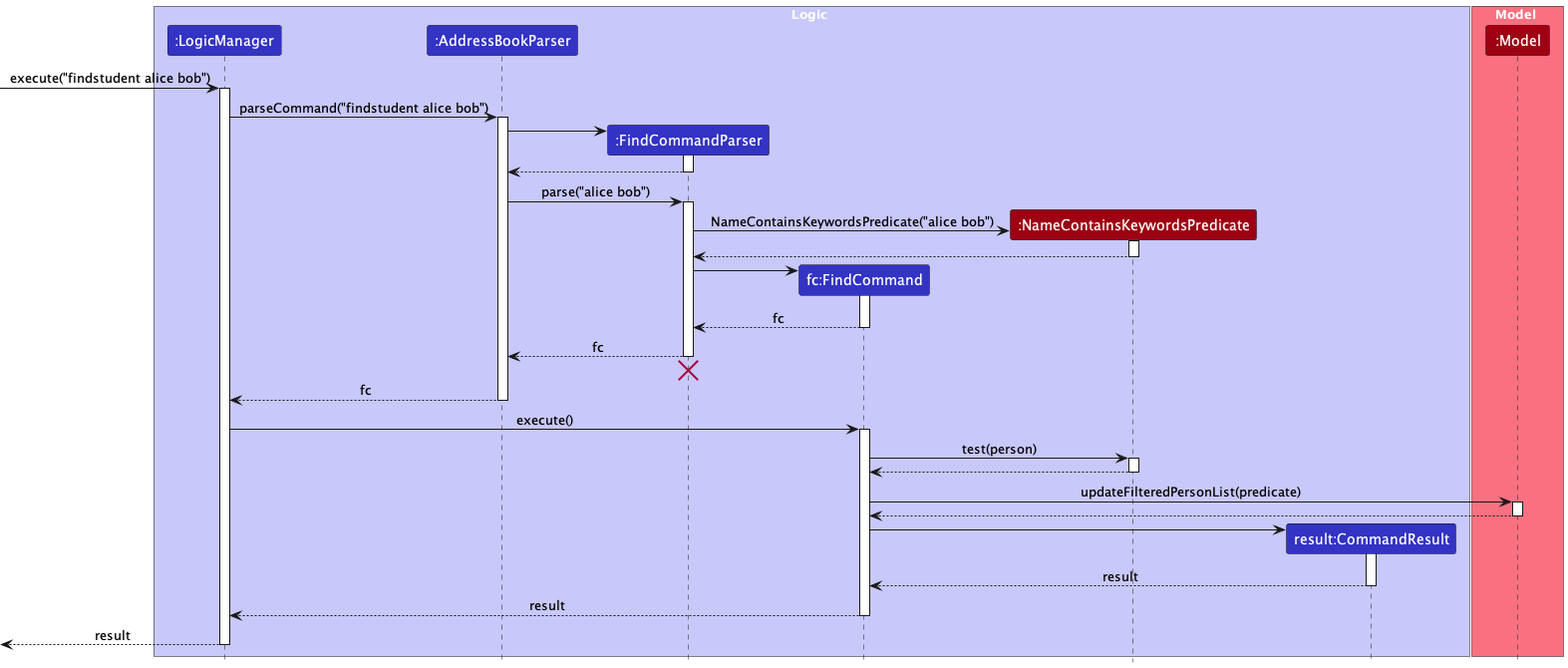
Before: docs/images/FindStudentSequenceDiagram.png, a diagram exported from PlantUML (tanteckfang/tp).
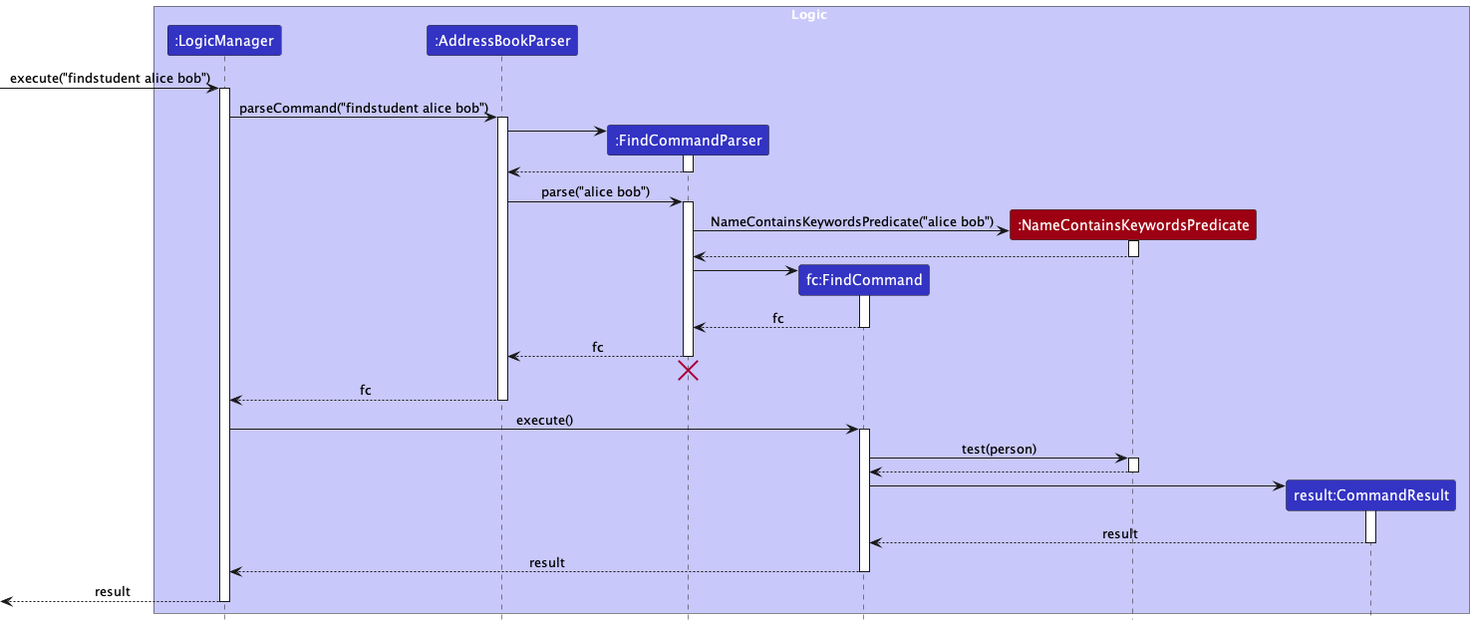
After the change.

Commit message:
edited findcourse and findstudent sequence diagram

The edit, as a diff of the source:
```diff
@@ -11,9 +11,6 @@
 participant "result:CommandResult" as CommandResult LOGIC_COLOR
 end box
 
-box Model MODEL_COLOR_T1
-participant ":Model" as Model MODEL_COLOR
-end box
 
 [-> LogicManager : execute("findstudent alice bob")
 activate LogicManager
@@ -62,11 +59,6 @@
 NamePredicate --> FindCommand
 deactivate NamePredicate
 
-FindCommand -> Model : updateFilteredPersonList(predicate)
-activate Model
-
-Model --> FindCommand
-deactivate Model
 
 create CommandResult
 FindCommand -> CommandResult
```
